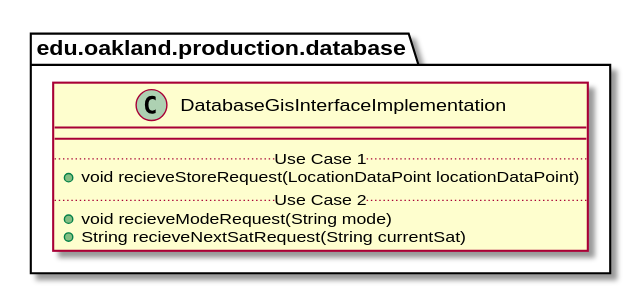
The PlantUML diagram docs/uml-class-diagrams/database/production/DatabaseGisInterfaceImplementation/DatabaseGisInterfaceImplementation.svg in elilley15/csi-3370-software-project, before a commit. Its diagram source:
```plantuml
@startuml DatabaseGisInterfaceImplementation

package edu.oakland.production.database {
    class DatabaseGisInterfaceImplementation {
        __
        .. Use Case 1 ..
        + void recieveStoreRequest(LocationDataPoint locationDataPoint)
        .. Use Case 2 ..
        + void recieveModeRequest(String mode)
        + String recieveNextSatRequest(String currentSat)
    }
}

@enduml
```
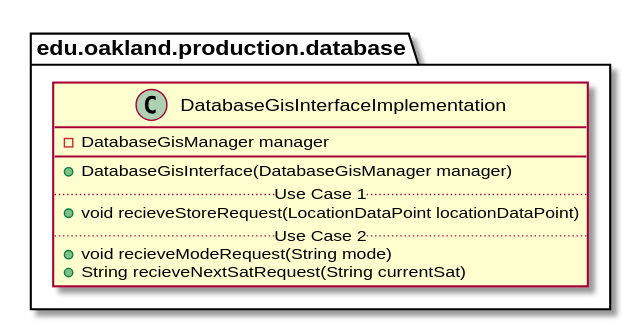
The same file after the commit.

The edit, as a diff of the source:
```diff
@@ -2,7 +2,9 @@
 
 package edu.oakland.production.database {
     class DatabaseGisInterfaceImplementation {
+        - DatabaseGisManager manager
         __
+        + DatabaseGisInterface(DatabaseGisManager manager)
         .. Use Case 1 ..
         + void recieveStoreRequest(LocationDataPoint locationDataPoint)
         .. Use Case 2 ..
```
